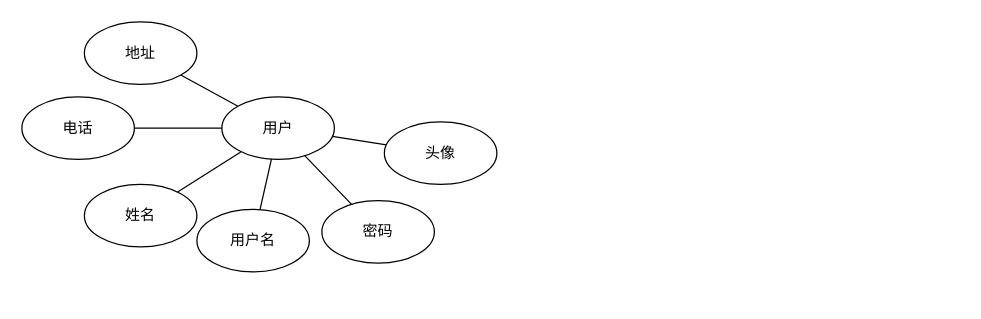
Above: SPARK/music-ER.drawio in redcomet88/DRAW (draw.io), before the change. Source tidied: cells renumbered, new cells numbered last; positions are measured from the earlier drawing's top-left corner, leaving out a move shared by most shapes. Both pictures are drawn from the tidied source at 125%, with x=0, y=0 at pixel (21, 21).
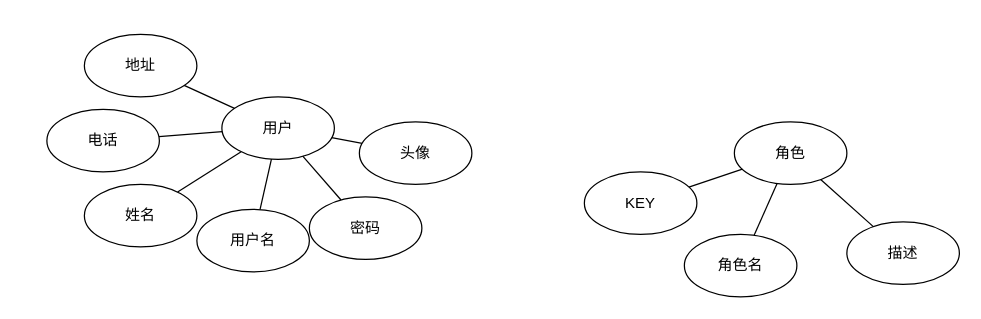
The same diagram, later.

Change to the diagram source:
```diff
@@
     <mxCell id="8" value="电话" style="ellipse;whiteSpace=wrap;html=1;" parent="1" vertex="1">
-      <mxGeometry y="60" width="90" height="50" as="geometry" />
+      <mxGeometry x="20" y="70" width="90" height="50" as="geometry" />
     </mxCell>
@@
     <mxCell id="10" value="密码" style="ellipse;whiteSpace=wrap;html=1;" parent="1" vertex="1">
-      <mxGeometry x="240" y="143" width="90" height="50" as="geometry" />
+      <mxGeometry x="230" y="140" width="90" height="50" as="geometry" />
     </mxCell>
@@
     <mxCell id="12" value="头像" style="ellipse;whiteSpace=wrap;html=1;" parent="1" vertex="1">
-      <mxGeometry x="290" y="80" width="90" height="50" as="geometry" />
+      <mxGeometry x="270" y="80" width="90" height="50" as="geometry" />
     </mxCell>
@@
     <mxCell id="14" value="地址" style="ellipse;whiteSpace=wrap;html=1;" parent="1" vertex="1">
-      <mxGeometry x="50" width="90" height="50" as="geometry" />
+      <mxGeometry x="50" y="10" width="90" height="50" as="geometry" />
     </mxCell>
+    <mxCell id="15" style="rounded=0;jettySize=auto;html=1;endArrow=none;endFill=0;" parent="1" edge="1" source="16" target="17">
+      <mxGeometry relative="1" as="geometry" />
+    </mxCell>
+    <mxCell id="16" value="角色" style="ellipse;whiteSpace=wrap;html=1;" parent="1" vertex="1">
+      <mxGeometry x="570" y="80" width="90" height="50" as="geometry" />
+    </mxCell>
+    <mxCell id="17" value="角色名" style="ellipse;whiteSpace=wrap;html=1;" parent="1" vertex="1">
+      <mxGeometry x="530" y="170" width="90" height="50" as="geometry" />
+    </mxCell>
+    <mxCell id="18" style="rounded=0;jettySize=auto;html=1;endArrow=none;endFill=0;" parent="1" edge="1" source="16" target="19">
+      <mxGeometry relative="1" as="geometry" />
+    </mxCell>
+    <mxCell id="19" value="描述" style="ellipse;whiteSpace=wrap;html=1;" parent="1" vertex="1">
+      <mxGeometry x="660" y="160" width="90" height="50" as="geometry" />
+    </mxCell>
+    <mxCell id="20" style="rounded=0;jettySize=auto;html=1;endArrow=none;endFill=0;" parent="1" edge="1" source="16" target="21">
+      <mxGeometry relative="1" as="geometry" />
+    </mxCell>
+    <mxCell id="21" value="KEY" style="ellipse;whiteSpace=wrap;html=1;" parent="1" vertex="1">
+      <mxGeometry x="450" y="120" width="90" height="50" as="geometry" />
+    </mxCell>
```
